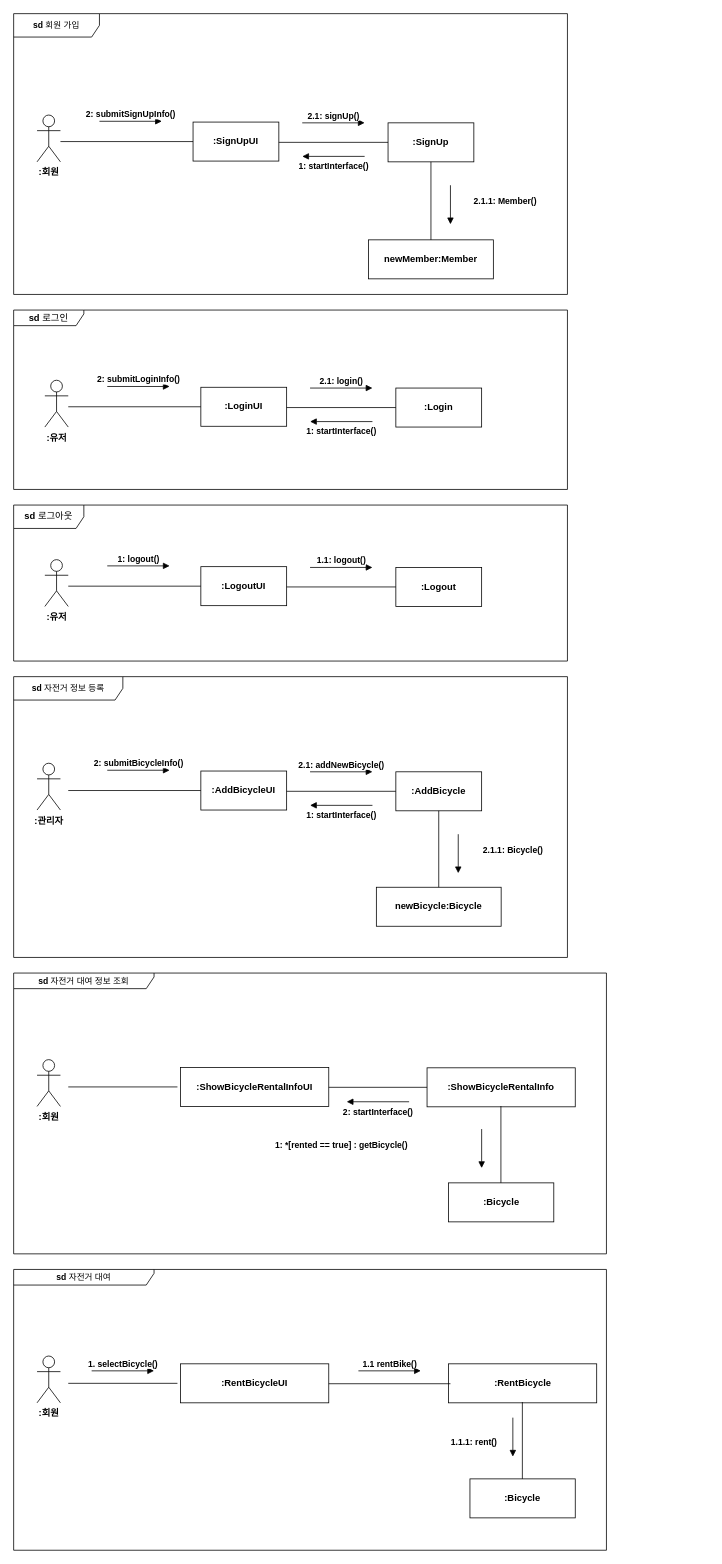
Above: HW2-1/communication diagram.drawio in hoyun06/2025-hongik-se-hw-2 (draw.io), before the change. Source tidied: cells renumbered, new cells numbered last; positions are measured from the earlier drawing's top-left corner, leaving out a move shared by most shapes. Both pictures are drawn from the tidied source at 78%, with x=0, y=0 at pixel (13, 13).
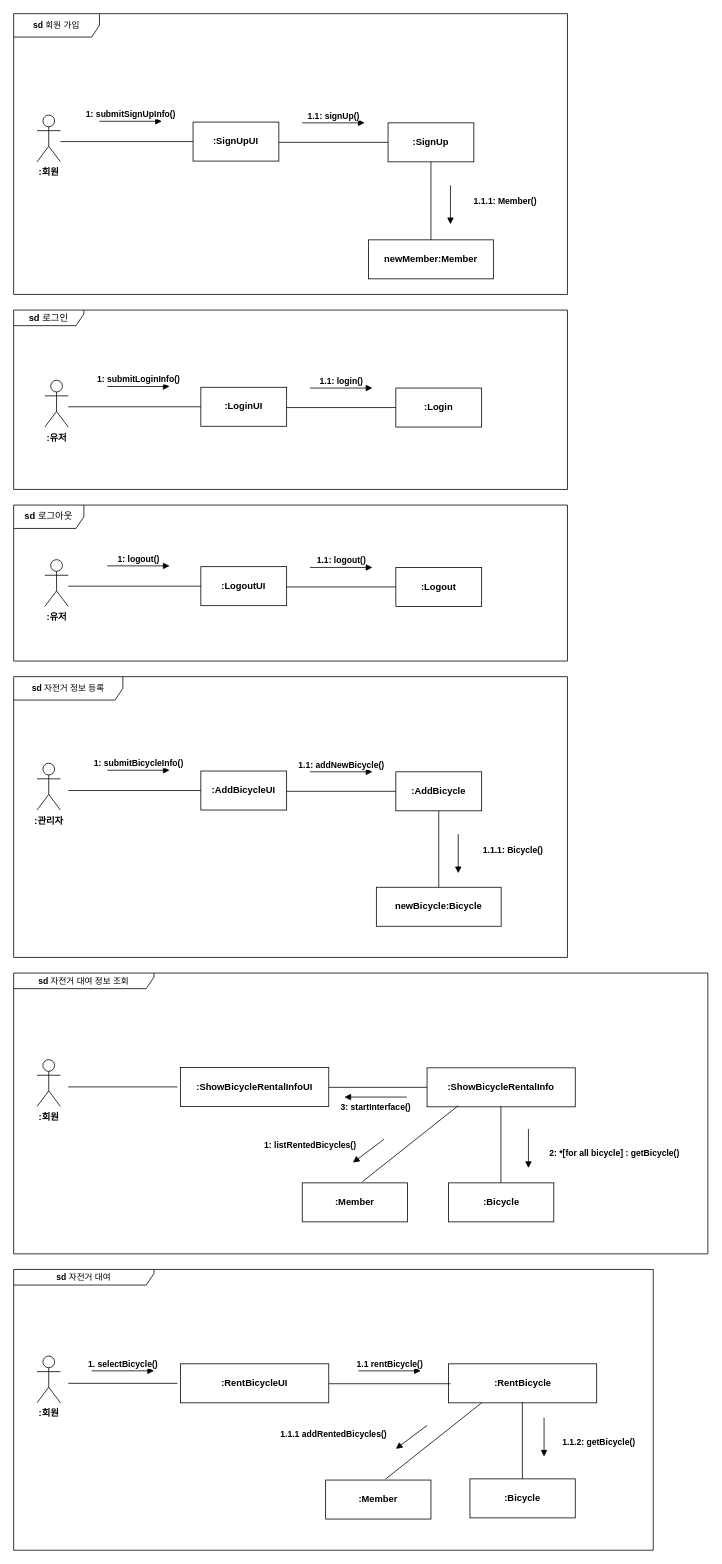
The same page after the edit.

Commit message:
[HW2-1] communication diagram 수정

The edit, as a diff of the source:
```diff
@@
-    <mxCell id="8" value="&lt;b&gt;1: startInterface()&lt;/b&gt;" style="html=1;verticalAlign=bottom;endArrow=block;curved=0;rounded=0;" parent="1" edge="1">
-      <mxGeometry y="22" relative="1" as="geometry">
-        <mxPoint x="450" y="183" as="sourcePoint" />
-        <mxPoint x="370" y="183" as="targetPoint" />
-      </mxGeometry>
-    </mxCell>
-    <mxCell id="9" value="&lt;b&gt;2: submitSignUpInfo()&lt;/b&gt;" style="html=1;verticalAlign=bottom;endArrow=block;curved=0;rounded=0;" parent="1" edge="1">
+    <mxCell id="9" value="&lt;b&gt;1: submitSignUpInfo()&lt;/b&gt;" style="html=1;verticalAlign=bottom;endArrow=block;curved=0;rounded=0;" parent="1" edge="1">
       <mxGeometry relative="1" as="geometry">
         <mxPoint x="110" y="138" as="sourcePoint" />
         <mxPoint x="190" y="138" as="targetPoint" />
       </mxGeometry>
     </mxCell>
-    <mxCell id="10" value="&lt;b&gt;2.1: signUp()&lt;/b&gt;" style="html=1;verticalAlign=bottom;endArrow=block;curved=0;rounded=0;" parent="1" edge="1">
+    <mxCell id="10" value="&lt;b&gt;1.1: signUp()&lt;/b&gt;" style="html=1;verticalAlign=bottom;endArrow=block;curved=0;rounded=0;" parent="1" edge="1">
       <mxGeometry relative="1" as="geometry">
         <mxPoint x="370" y="140" as="sourcePoint" />
         <mxPoint x="450" y="140" as="targetPoint" />
       </mxGeometry>
     </mxCell>
@@
-    <mxCell id="13" value="&lt;b&gt;2.1.1: Member()&lt;/b&gt;" style="html=1;verticalAlign=bottom;endArrow=block;curved=0;rounded=0;" parent="1" edge="1">
+    <mxCell id="13" value="&lt;b&gt;1.1.1: Member()&lt;/b&gt;" style="html=1;verticalAlign=bottom;endArrow=block;curved=0;rounded=0;" parent="1" edge="1">
       <mxGeometry x="0.2" y="70" relative="1" as="geometry">
         <mxPoint x="560" y="220" as="sourcePoint" />
         <mxPoint x="560" y="270" as="targetPoint" />
       </mxGeometry>
     </mxCell>
@@
-    <mxCell id="20" value="&lt;b&gt;1: startInterface()&lt;/b&gt;" style="html=1;verticalAlign=bottom;endArrow=block;curved=0;rounded=0;" parent="1" edge="1">
-      <mxGeometry y="22" relative="1" as="geometry">
-        <mxPoint x="460" y="523" as="sourcePoint" />
-        <mxPoint x="380" y="523" as="targetPoint" />
-      </mxGeometry>
-    </mxCell>
-    <mxCell id="21" value="&lt;b&gt;2: submitLoginInfo()&lt;/b&gt;" style="html=1;verticalAlign=bottom;endArrow=block;curved=0;rounded=0;" parent="1" edge="1">
+    <mxCell id="21" value="&lt;b&gt;1: submitLoginInfo()&lt;/b&gt;" style="html=1;verticalAlign=bottom;endArrow=block;curved=0;rounded=0;" parent="1" edge="1">
       <mxGeometry relative="1" as="geometry">
         <mxPoint x="120" y="478" as="sourcePoint" />
         <mxPoint x="200" y="478" as="targetPoint" />
       </mxGeometry>
     </mxCell>
-    <mxCell id="22" value="&lt;b&gt;2.1: login()&lt;/b&gt;" style="html=1;verticalAlign=bottom;endArrow=block;curved=0;rounded=0;" parent="1" edge="1">
+    <mxCell id="22" value="&lt;b&gt;1.1: login()&lt;/b&gt;" style="html=1;verticalAlign=bottom;endArrow=block;curved=0;rounded=0;" parent="1" edge="1">
       <mxGeometry relative="1" as="geometry">
         <mxPoint x="380" y="480" as="sourcePoint" />
         <mxPoint x="460" y="480" as="targetPoint" />
       </mxGeometry>
     </mxCell>
@@
-    <mxCell id="36" value="&lt;b&gt;1: startInterface()&lt;/b&gt;" style="html=1;verticalAlign=bottom;endArrow=block;curved=0;rounded=0;" parent="1" edge="1">
-      <mxGeometry y="22" relative="1" as="geometry">
-        <mxPoint x="460" y="1015" as="sourcePoint" />
-        <mxPoint x="380" y="1015" as="targetPoint" />
-      </mxGeometry>
-    </mxCell>
-    <mxCell id="37" value="&lt;b&gt;2: submitBicycleInfo()&lt;/b&gt;" style="html=1;verticalAlign=bottom;endArrow=block;curved=0;rounded=0;" parent="1" edge="1">
+    <mxCell id="37" value="&lt;b&gt;1: submitBicycleInfo()&lt;/b&gt;" style="html=1;verticalAlign=bottom;endArrow=block;curved=0;rounded=0;" parent="1" edge="1">
       <mxGeometry relative="1" as="geometry">
         <mxPoint x="120" y="970" as="sourcePoint" />
         <mxPoint x="200" y="970" as="targetPoint" />
       </mxGeometry>
     </mxCell>
-    <mxCell id="38" value="&lt;b&gt;2.1: addNewBicycle()&lt;/b&gt;" style="html=1;verticalAlign=bottom;endArrow=block;curved=0;rounded=0;" parent="1" edge="1">
+    <mxCell id="38" value="&lt;b&gt;1.1: addNewBicycle()&lt;/b&gt;" style="html=1;verticalAlign=bottom;endArrow=block;curved=0;rounded=0;" parent="1" edge="1">
       <mxGeometry relative="1" as="geometry">
         <mxPoint x="380" y="972" as="sourcePoint" />
         <mxPoint x="460" y="972" as="targetPoint" />
       </mxGeometry>
     </mxCell>
@@
-    <mxCell id="40" value="&lt;b&gt;2.1.1: Bicycle()&lt;/b&gt;" style="html=1;verticalAlign=bottom;endArrow=block;curved=0;rounded=0;" parent="1" edge="1">
+    <mxCell id="40" value="&lt;b&gt;1.1.1: Bicycle()&lt;/b&gt;" style="html=1;verticalAlign=bottom;endArrow=block;curved=0;rounded=0;" parent="1" edge="1">
       <mxGeometry x="0.2" y="70" relative="1" as="geometry">
         <mxPoint x="570" y="1052" as="sourcePoint" />
         <mxPoint x="570" y="1102" as="targetPoint" />
       </mxGeometry>
     </mxCell>
@@
     <mxCell id="43" value="&lt;font style=&quot;font-size: 11px;&quot;&gt;&lt;b&gt;sd &lt;/b&gt;&lt;font style=&quot;&quot;&gt;자전거 대여 정보 조회&lt;/font&gt;&lt;/font&gt;" style="shape=umlFrame;whiteSpace=wrap;html=1;width=180;height=20;" parent="1" vertex="1">
-      <mxGeometry y="1230" width="760" height="360" as="geometry" />
+      <mxGeometry y="1230" width="890" height="360" as="geometry" />
     </mxCell>
@@
-    <mxCell id="48" value="&lt;b&gt;2: startInterface()&lt;/b&gt;" style="html=1;verticalAlign=bottom;endArrow=block;curved=0;rounded=0;" parent="1" edge="1">
+    <mxCell id="48" value="&lt;b&gt;3: startInterface()&lt;/b&gt;" style="html=1;verticalAlign=bottom;endArrow=block;curved=0;rounded=0;" parent="1" edge="1">
       <mxGeometry y="22" relative="1" as="geometry">
-        <mxPoint x="507" y="1395" as="sourcePoint" />
-        <mxPoint x="427" y="1395" as="targetPoint" />
+        <mxPoint x="504" y="1389" as="sourcePoint" />
+        <mxPoint x="424" y="1389" as="targetPoint" />
       </mxGeometry>
     </mxCell>
@@
-    <mxCell id="50" value="&lt;b&gt;1: *[rented == true] : getBicycle()&lt;/b&gt;" style="html=1;verticalAlign=bottom;endArrow=block;curved=0;rounded=0;" parent="1" edge="1">
-      <mxGeometry x="0.2" y="-180" relative="1" as="geometry">
-        <mxPoint x="600" y="1430" as="sourcePoint" />
-        <mxPoint x="600" y="1480" as="targetPoint" />
+    <mxCell id="50" value="&lt;b&gt;2: *[for all bicycle] : getBicycle()&lt;/b&gt;" style="html=1;verticalAlign=bottom;endArrow=block;curved=0;rounded=0;" parent="1" edge="1">
+      <mxGeometry x="0.6" y="110" relative="1" as="geometry">
+        <mxPoint x="660" y="1430" as="sourcePoint" />
+        <mxPoint x="660" y="1480" as="targetPoint" />
       </mxGeometry>
     </mxCell>
@@
     <mxCell id="53" value="&lt;font style=&quot;font-size: 11px;&quot;&gt;&lt;b&gt;sd &lt;/b&gt;&lt;font style=&quot;&quot;&gt;자전거 대여&lt;/font&gt;&lt;/font&gt;" style="shape=umlFrame;whiteSpace=wrap;html=1;width=180;height=20;" parent="1" vertex="1">
-      <mxGeometry y="1610" width="760" height="360" as="geometry" />
+      <mxGeometry y="1610" width="820" height="360" as="geometry" />
     </mxCell>
@@
-    <mxCell id="62" value="&lt;b&gt;1.1 rentBike()&lt;/b&gt;" style="html=1;verticalAlign=bottom;endArrow=block;curved=0;rounded=0;" parent="1" edge="1">
+    <mxCell id="62" value="&lt;b&gt;1.1 rentBicycle()&lt;/b&gt;" style="html=1;verticalAlign=bottom;endArrow=block;curved=0;rounded=0;" parent="1" edge="1">
       <mxGeometry relative="1" as="geometry">
         <mxPoint x="442" y="1740" as="sourcePoint" />
         <mxPoint x="522" y="1740" as="targetPoint" />
       </mxGeometry>
     </mxCell>
-    <mxCell id="63" value="&lt;b&gt;1.1.1: rent()&lt;/b&gt;" style="html=1;verticalAlign=bottom;endArrow=block;curved=0;rounded=0;" parent="1" edge="1">
-      <mxGeometry x="0.6" y="-50" relative="1" as="geometry">
-        <mxPoint x="640" y="1800" as="sourcePoint" />
-        <mxPoint x="640" y="1850" as="targetPoint" />
+    <mxCell id="63" value="&lt;b&gt;1.1.2: getBicycle()&lt;/b&gt;" style="html=1;verticalAlign=bottom;endArrow=block;curved=0;rounded=0;" parent="1" edge="1">
+      <mxGeometry x="0.6" y="70" relative="1" as="geometry">
+        <mxPoint x="680" y="1800" as="sourcePoint" />
+        <mxPoint x="680" y="1850" as="targetPoint" />
       </mxGeometry>
     </mxCell>
+    <mxCell id="64" value="&lt;b&gt;:Member&lt;/b&gt;" style="html=1;whiteSpace=wrap;" parent="1" vertex="1">
+      <mxGeometry x="370" y="1499" width="135" height="50" as="geometry" />
+    </mxCell>
+    <mxCell id="65" style="endArrow=none;html=1;rounded=0;exitX=0.57;exitY=-0.027;exitDx=0;exitDy=0;exitPerimeter=0;" parent="1" edge="1" source="64">
+      <mxGeometry relative="1" as="geometry">
+        <mxPoint x="570" y="1400" as="targetPoint" />
+      </mxGeometry>
+    </mxCell>
+    <mxCell id="66" value="&lt;b&gt;1: listRentedBicycles()&lt;/b&gt;" style="html=1;verticalAlign=bottom;endArrow=block;curved=0;rounded=0;" parent="1" edge="1">
+      <mxGeometry x="1" y="-57" relative="1" as="geometry">
+        <mxPoint x="475" y="1443" as="sourcePoint" />
+        <mxPoint x="435" y="1473" as="targetPoint" />
+        <mxPoint x="-21" y="33" as="offset" />
+      </mxGeometry>
+    </mxCell>
+    <mxCell id="67" value="&lt;b&gt;:Member&lt;/b&gt;" style="html=1;whiteSpace=wrap;" parent="1" vertex="1">
+      <mxGeometry x="400" y="1880" width="135" height="50" as="geometry" />
+    </mxCell>
+    <mxCell id="68" style="endArrow=none;html=1;rounded=0;exitX=0.57;exitY=-0.027;exitDx=0;exitDy=0;exitPerimeter=0;" parent="1" edge="1" source="67">
+      <mxGeometry relative="1" as="geometry">
+        <mxPoint x="600" y="1781" as="targetPoint" />
+      </mxGeometry>
+    </mxCell>
+    <mxCell id="69" value="&lt;b&gt;1.1.1 addRentedBicycles()&lt;/b&gt;" style="html=1;verticalAlign=bottom;endArrow=block;curved=0;rounded=0;" parent="1" edge="1">
+      <mxGeometry x="1" y="-81" relative="1" as="geometry">
+        <mxPoint x="530" y="1810" as="sourcePoint" />
+        <mxPoint x="490" y="1840" as="targetPoint" />
+        <mxPoint x="-31" y="55" as="offset" />
+      </mxGeometry>
+    </mxCell>
```
